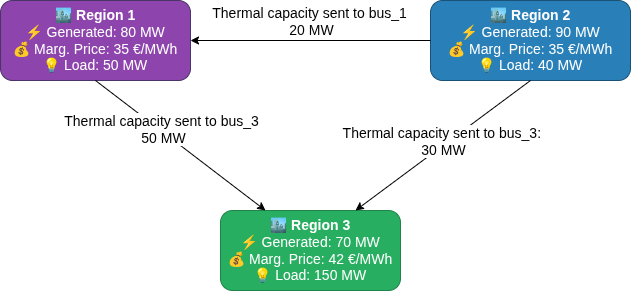
Earlier version of the draw.io export doc/assets/2_QSE_1_out_scheme.png (AntaresSimulatorTeam/GEMS). Source tidied: cells renumbered, new cells last; positions are measured from the earlier drawing's top-left corner, leaving out a move shared by most shapes.
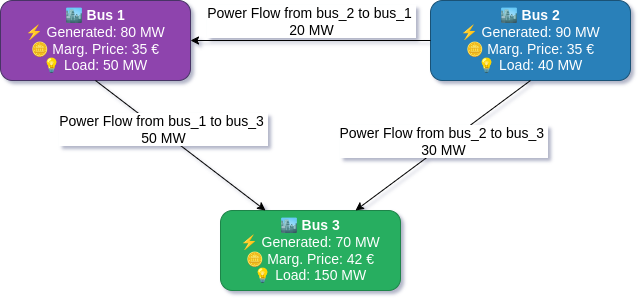
Above is the later version.

Commit message:
Output graph picture modification

Change to the diagram source:
```diff
@@ -1,20 +1,20 @@
-<mxGraphModel>
+<mxGraphModel shadow="1">
   <root>
     <mxCell id="0" />
     <mxCell id="1" parent="0" />
-    <mxCell id="2" value="&lt;b&gt;🏙️ Region 1&lt;/b&gt;&lt;br&gt;⚡ Generated: 80 MW&lt;br&gt;💰 Marg. Price: 35 €/MWh&lt;br&gt;💡 Load: 50 MW" style="rounded=1;whiteSpace=wrap;html=1;fillColor=#8E44AD;strokeColor=#483465;fontColor=#FFFFFF;align=center;fontSize=14;" parent="1" vertex="1">
+    <mxCell id="2" value="&lt;b&gt;🏙️ Bus 1&lt;/b&gt;&lt;br&gt;⚡ Generated: 80 MW&lt;br&gt;🪙 Marg. Price: 35 €&lt;div&gt;💡 Load: 50 MW&lt;/div&gt;" style="rounded=1;whiteSpace=wrap;html=1;fillColor=#8E44AD;strokeColor=#483465;fontColor=#FFFFFF;align=center;fontSize=14;" parent="1" vertex="1">
       <mxGeometry width="190" height="80" as="geometry" />
     </mxCell>
-    <mxCell id="3" value="&lt;b&gt;🏙️ Region 2&lt;/b&gt;&lt;br&gt;⚡ Generated: 90 MW&lt;br&gt;💰 Marg. Price: 35 €/MWh&lt;br&gt;💡 Load: 40 MW" style="rounded=1;whiteSpace=wrap;html=1;fillColor=#2980B9;strokeColor=#1A5276;fontColor=#FFFFFF;align=center;fontSize=14;" parent="1" vertex="1">
+    <mxCell id="3" value="&lt;b&gt;🏙️ Bus 2&lt;/b&gt;&lt;br&gt;⚡ Generated: 90 MW&lt;br&gt;🪙 Marg. Price: 35 €&lt;br&gt;💡 Load: 40 MW" style="rounded=1;whiteSpace=wrap;html=1;fillColor=#2980B9;strokeColor=#1A5276;fontColor=#FFFFFF;align=center;fontSize=14;" parent="1" vertex="1">
       <mxGeometry x="430" width="200" height="80" as="geometry" />
     </mxCell>
-    <mxCell id="4" value="&lt;b&gt;🏙️ Region 3&lt;/b&gt;&lt;br&gt;⚡ Generated: 70 MW&lt;br&gt;💰 Marg. Price: 42 €/MWh&lt;br&gt;💡 Load: 150 MW" style="rounded=1;whiteSpace=wrap;html=1;fillColor=#27AE60;strokeColor=#1E8449;fontColor=#FFFFFF;align=center;fontSize=14;" parent="1" vertex="1">
+    <mxCell id="4" value="&lt;b&gt;🏙️ Bus 3&lt;/b&gt;&lt;br&gt;⚡ Generated: 70 MW&lt;br&gt;🪙 Marg. Price: 42 €&lt;br&gt;💡 Load: 150 MW" style="rounded=1;whiteSpace=wrap;html=1;fillColor=#27AE60;strokeColor=#1E8449;fontColor=#FFFFFF;align=center;fontSize=14;" parent="1" vertex="1">
       <mxGeometry x="220" y="210" width="180" height="80" as="geometry" />
     </mxCell>
     <mxCell id="5" style="rounded=0;endArrow=classic;endFill=1;html=1;strokeColor=#000000;exitX=0.5;exitY=1;entryX=0.75;entryY=0;entryDx=0;entryDy=0;" parent="1" edge="1" source="3" target="4">
       <mxGeometry relative="1" as="geometry" />
     </mxCell>
-    <mxCell id="6" value="&lt;span style=&quot;background-color: rgb(255, 255, 255);&quot;&gt;&lt;font style=&quot;font-size: 14px;&quot;&gt;Thermal capacity sent to bus_3:&lt;/font&gt;&lt;/span&gt;&lt;span style=&quot;font-size: 12px; background-color: rgb(255, 255, 255);&quot;&gt;&amp;nbsp;&lt;/span&gt;&lt;div&gt;&lt;span style=&quot;background-color: rgb(255, 255, 255);&quot;&gt;&lt;font style=&quot;font-size: 14px;&quot;&gt;30 MW&lt;/font&gt;&lt;/span&gt;&lt;/div&gt;" style="edgeLabel;html=1;align=center;verticalAlign=middle;" parent="5" vertex="1">
+    <mxCell id="6" value="&lt;span style=&quot;font-size: 12px; background-color: rgb(255, 255, 255);&quot;&gt;&lt;span style=&quot;font-size: 14px;&quot;&gt;Power Flow from bus_2 to bus_3&lt;/span&gt;&amp;nbsp;&lt;/span&gt;&lt;div&gt;&lt;span style=&quot;background-color: rgb(255, 255, 255);&quot;&gt;&lt;font style=&quot;font-size: 14px;&quot;&gt;30 MW&lt;/font&gt;&lt;/span&gt;&lt;/div&gt;" style="edgeLabel;html=1;align=center;verticalAlign=middle;" parent="5" vertex="1">
       <mxGeometry x="-0.14" relative="1" as="geometry">
         <mxPoint x="-12" y="4" as="offset" />
       </mxGeometry>
@@ -22,13 +22,13 @@
     <mxCell id="7" style="endArrow=classic;html=1;rounded=0;entryX=0.25;entryY=0;entryDx=0;entryDy=0;exitX=0.5;exitY=1;exitDx=0;exitDy=0;" parent="1" edge="1" source="2" target="4">
       <mxGeometry relative="1" as="geometry" />
     </mxCell>
-    <mxCell id="8" value="&lt;span style=&quot;background-color: rgb(255, 255, 255);&quot;&gt;&lt;font style=&quot;font-size: 14px;&quot;&gt;Thermal capacity sent to bus_3&amp;nbsp;&lt;/font&gt;&lt;/span&gt;&lt;div&gt;&lt;span style=&quot;background-color: rgb(255, 255, 255);&quot;&gt;&lt;font style=&quot;font-size: 14px;&quot;&gt;50 MW&lt;/font&gt;&lt;/span&gt;&lt;/div&gt;" style="edgeLabel;html=1;align=center;verticalAlign=middle;" parent="7" vertex="1">
+    <mxCell id="8" value="&lt;span style=&quot;background-color: rgb(255, 255, 255);&quot;&gt;&lt;font style=&quot;font-size: 14px;&quot;&gt;Power Flow from bus_1 to bus_3&amp;nbsp;&lt;/font&gt;&lt;/span&gt;&lt;div&gt;&lt;span style=&quot;background-color: rgb(255, 255, 255);&quot;&gt;&lt;font style=&quot;font-size: 14px;&quot;&gt;50 MW&lt;/font&gt;&lt;/span&gt;&lt;/div&gt;" style="edgeLabel;html=1;align=center;verticalAlign=middle;" parent="7" vertex="1">
       <mxGeometry x="-0.22" y="2" relative="1" as="geometry" />
     </mxCell>
     <mxCell id="9" style="endArrow=classic;html=1;rounded=0;entryX=1;entryY=0.5;entryDx=0;entryDy=0;exitX=0;exitY=0.5;exitDx=0;exitDy=0;" parent="1" edge="1" source="3" target="2">
       <mxGeometry relative="1" as="geometry" />
     </mxCell>
-    <mxCell id="10" value="&lt;font style=&quot;font-size: 14px; color: rgb(0, 0, 0);&quot;&gt;Thermal capacity sent to bus_1&amp;nbsp;&lt;/font&gt;&lt;div style=&quot;color: rgb(127, 140, 141);&quot;&gt;&lt;font style=&quot;color: rgb(0, 0, 0); font-size: 14px;&quot;&gt;20 MW&lt;/font&gt;&lt;/div&gt;" style="edgeLabel;html=1;align=center;verticalAlign=middle;" parent="9" vertex="1">
+    <mxCell id="10" value="&lt;font style=&quot;font-size: 14px; color: rgb(0, 0, 0);&quot;&gt;Power Flow from bus_2 to bus_1&amp;nbsp;&lt;/font&gt;&lt;div style=&quot;color: rgb(127, 140, 141);&quot;&gt;&lt;font style=&quot;color: rgb(0, 0, 0); font-size: 14px;&quot;&gt;20 MW&lt;/font&gt;&lt;/div&gt;" style="edgeLabel;html=1;align=center;verticalAlign=middle;" parent="9" vertex="1">
       <mxGeometry x="0.05" y="4" relative="1" as="geometry">
         <mxPoint x="6" y="-24" as="offset" />
       </mxGeometry>
```
